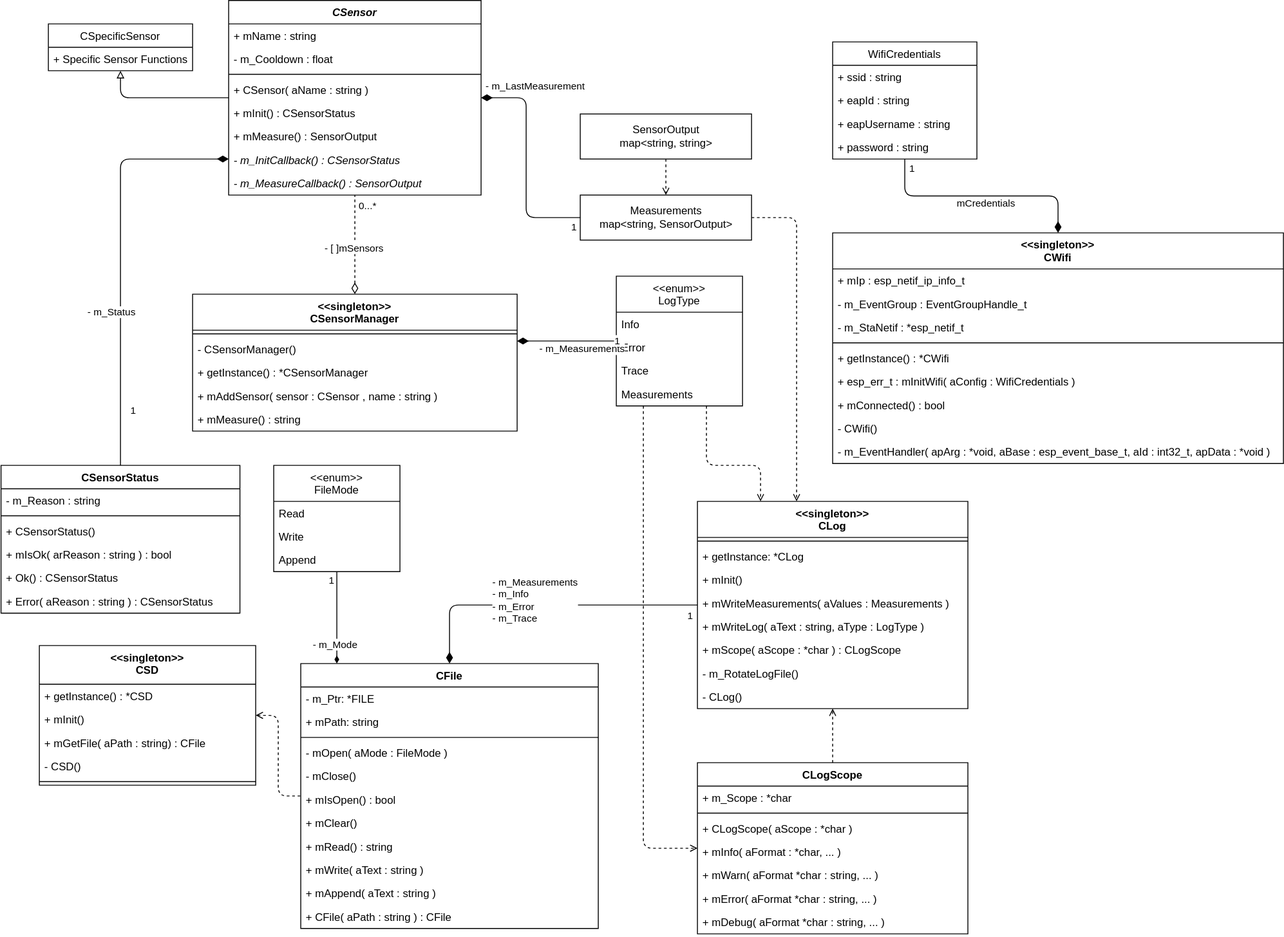
Above: complete.drawio.svg in SenseBoxTI/FirmwareDesign (draw.io), before the change. Source tidied: cells renumbered, new cells last; positions are measured from the earlier drawing's top-left corner, leaving out a move shared by most shapes.
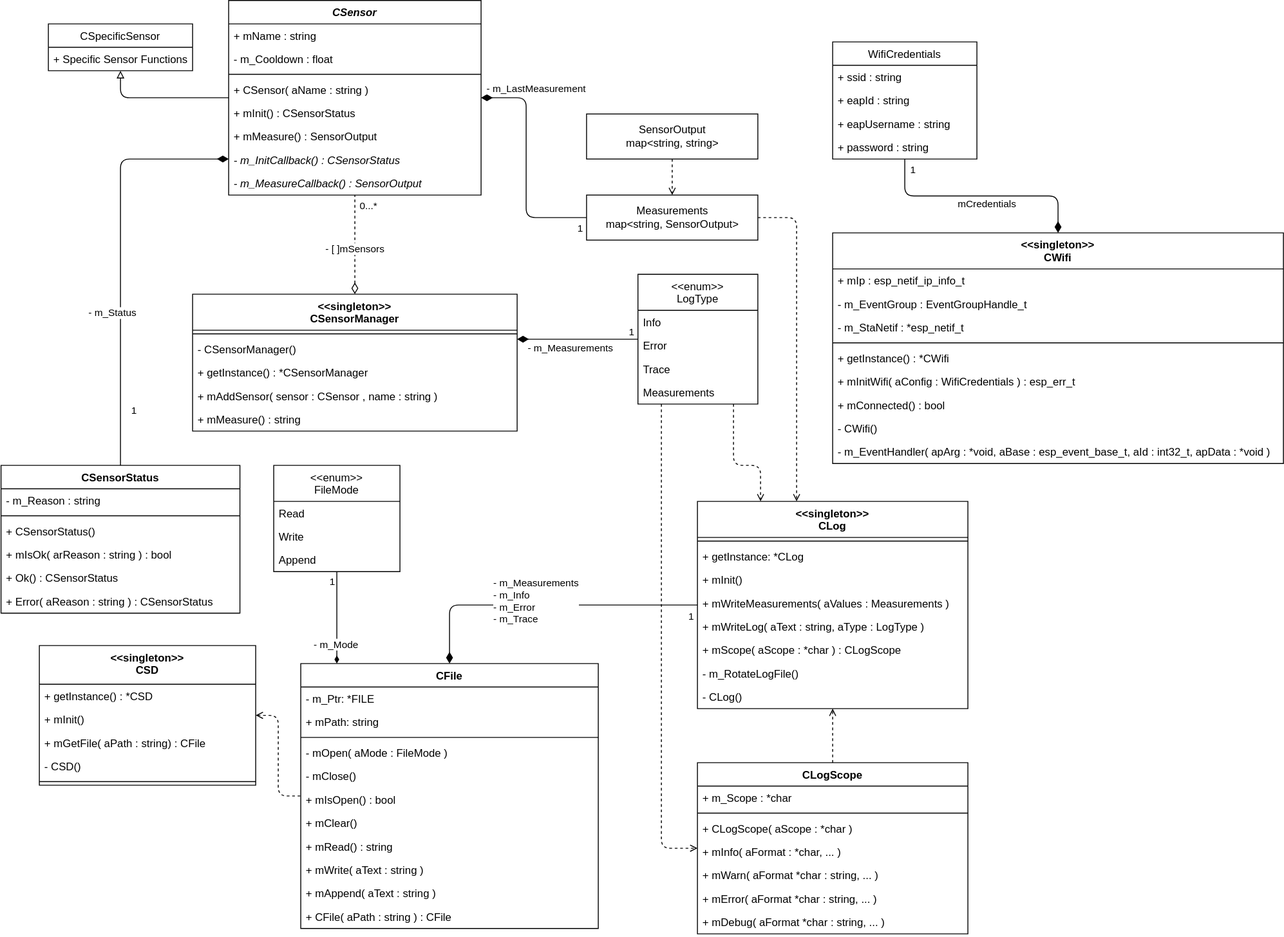
After the change.

The edit, as a diff of the source:
```diff
@@ -55,18 +55,18 @@
       </mxGeometry>
     </mxCell>
     <mxCell id="15" value="&lt;span style=&quot;text-align: left&quot;&gt;Measurements&lt;br&gt;map&amp;lt;string, SensorOutput&amp;gt;&lt;/span&gt;" style="html=1;" parent="1" vertex="1">
-      <mxGeometry x="642" y="216" width="190" height="50" as="geometry" />
+      <mxGeometry x="649" y="216" width="190" height="50" as="geometry" />
     </mxCell>
     <mxCell id="16" style="edgeStyle=orthogonalEdgeStyle;html=1;dashed=1;endArrow=open;endFill=0;endSize=6;" parent="1" edge="1" source="17" target="15">
       <mxGeometry relative="1" as="geometry" />
     </mxCell>
     <mxCell id="17" value="&lt;span style=&quot;text-align: left&quot;&gt;SensorOutput&lt;br&gt;map&amp;lt;string, string&amp;gt;&lt;/span&gt;" style="html=1;" parent="1" vertex="1">
-      <mxGeometry x="642" y="126" width="190" height="50" as="geometry" />
+      <mxGeometry x="649" y="126" width="190" height="50" as="geometry" />
     </mxCell>
     <mxCell id="18" style="edgeStyle=orthogonalEdgeStyle;html=1;dashed=1;endArrow=open;endFill=0;endSize=6;" parent="1" edge="1" source="20" target="5">
       <mxGeometry relative="1" as="geometry">
         <Array as="points">
-          <mxPoint x="782" y="516" />
+          <mxPoint x="812" y="516" />
           <mxPoint x="842" y="516" />
         </Array>
       </mxGeometry>
@@ -74,24 +74,24 @@
     <mxCell id="19" style="edgeStyle=orthogonalEdgeStyle;html=1;dashed=1;endArrow=open;endFill=0;" parent="1" edge="1" source="20" target="26">
       <mxGeometry relative="1" as="geometry">
         <Array as="points">
-          <mxPoint x="712" y="941" />
+          <mxPoint x="732" y="941" />
         </Array>
       </mxGeometry>
     </mxCell>
     <mxCell id="20" value="&lt;&lt;enum&gt;&gt;&#10;LogType" style="swimlane;fontStyle=0;horizontal=1;startSize=40;fillColor=none;" parent="1" vertex="1">
-      <mxGeometry x="682" y="306" width="140" height="144" as="geometry" />
+      <mxGeometry x="706" y="304" width="133" height="144" as="geometry" />
     </mxCell>
     <mxCell id="21" value="Info" style="text;strokeColor=none;fillColor=none;align=left;verticalAlign=top;spacingLeft=4;spacingRight=4;overflow=hidden;" parent="20" vertex="1">
-      <mxGeometry y="40" width="140" height="26" as="geometry" />
+      <mxGeometry y="40" width="133" height="26" as="geometry" />
     </mxCell>
     <mxCell id="22" value="Error" style="text;strokeColor=none;fillColor=none;align=left;verticalAlign=top;spacingLeft=4;spacingRight=4;overflow=hidden;" parent="20" vertex="1">
-      <mxGeometry y="66" width="140" height="26" as="geometry" />
+      <mxGeometry y="66" width="133" height="26" as="geometry" />
     </mxCell>
     <mxCell id="23" value="Trace" style="text;strokeColor=none;fillColor=none;align=left;verticalAlign=top;spacingLeft=4;spacingRight=4;overflow=hidden;" parent="20" vertex="1">
-      <mxGeometry y="92" width="140" height="26" as="geometry" />
+      <mxGeometry y="92" width="133" height="26" as="geometry" />
     </mxCell>
     <mxCell id="24" value="Measurements" style="text;strokeColor=none;fillColor=none;align=left;verticalAlign=top;spacingLeft=4;spacingRight=4;overflow=hidden;" parent="20" vertex="1">
-      <mxGeometry y="118" width="140" height="26" as="geometry" />
+      <mxGeometry y="118" width="133" height="26" as="geometry" />
     </mxCell>
     <mxCell id="25" style="edgeStyle=orthogonalEdgeStyle;html=1;dashed=1;endArrow=open;endFill=0;" parent="1" edge="1" source="26" target="5">
       <mxGeometry relative="1" as="geometry" />
@@ -225,7 +225,7 @@
     <mxCell id="65" value="+ getInstance() : *CWifi" style="text;strokeColor=none;fillColor=none;align=left;verticalAlign=top;spacingLeft=4;spacingRight=4;overflow=hidden;" parent="60" vertex="1">
       <mxGeometry y="126" width="500" height="26" as="geometry" />
     </mxCell>
-    <mxCell id="66" value="+ esp_err_t : mInitWifi( aConfig : WifiCredentials )" style="text;strokeColor=none;fillColor=none;align=left;verticalAlign=top;spacingLeft=4;spacingRight=4;overflow=hidden;" parent="60" vertex="1">
+    <mxCell id="66" value="+ mInitWifi( aConfig : WifiCredentials ) : esp_err_t " style="text;strokeColor=none;fillColor=none;align=left;verticalAlign=top;spacingLeft=4;spacingRight=4;overflow=hidden;" parent="60" vertex="1">
       <mxGeometry y="152" width="500" height="26" as="geometry" />
     </mxCell>
     <mxCell id="67" value="+ mConnected() : bool" style="text;strokeColor=none;fillColor=none;align=left;verticalAlign=top;spacingLeft=4;spacingRight=4;overflow=hidden;" parent="60" vertex="1">
@@ -399,12 +399,12 @@
     </mxCell>
     <mxCell id="112" value="- m_Measurements" style="edgeLabel;html=1;align=center;verticalAlign=middle;" parent="111" vertex="1">
       <mxGeometry x="0.44" relative="1" as="geometry">
-        <mxPoint x="41" y="9" as="offset" />
+        <mxPoint x="20" y="9" as="offset" />
       </mxGeometry>
     </mxCell>
     <mxCell id="113" value="1" style="edgeLabel;html=1;align=center;verticalAlign=middle;" parent="111" vertex="1">
       <mxGeometry x="-0.89" y="-1" relative="1" as="geometry">
-        <mxPoint x="6" y="1" as="offset" />
+        <mxPoint x="-1" y="-8" as="offset" />
       </mxGeometry>
     </mxCell>
     <mxCell id="114" value="CSpecificSensor" style="swimlane;fontStyle=0;horizontal=1;startSize=26;fillColor=none;" parent="1" vertex="1">
```
